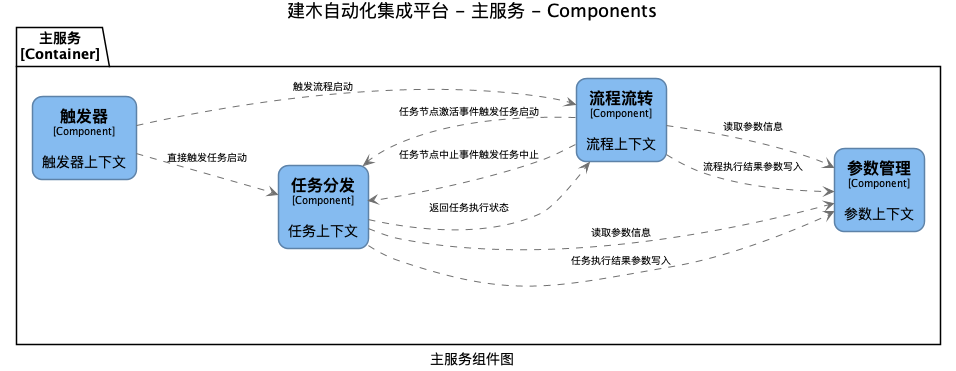
This is out/c4/structurizr-web-component/建木自动化集成平台 - 主服务 - Components.png from jianmu-dev/jianmu-architecture-as-code, a PlantUML export, as it was before one commit.
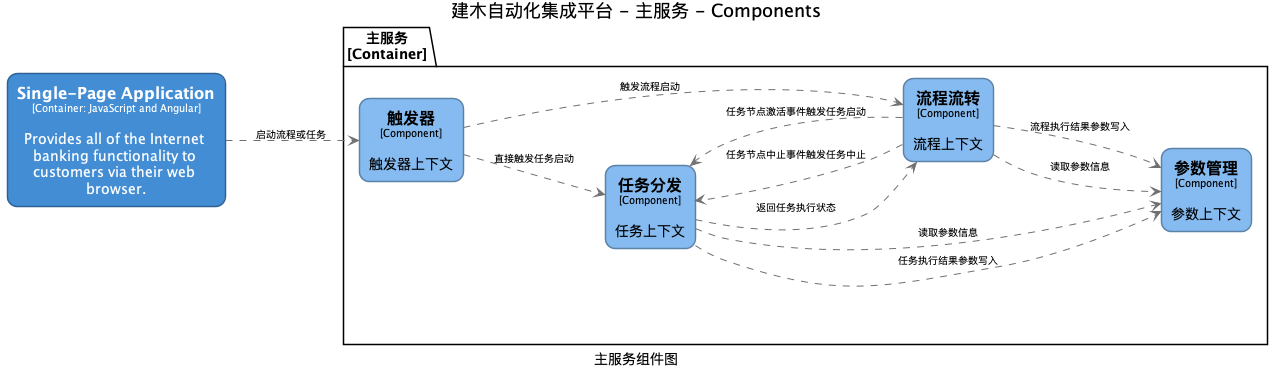
Above is the later version.

The edit, as a diff of the source:
```diff
@@ -11,10 +11,10 @@
 }
 hide stereotype
 left to right direction
-skinparam rectangle<<4>> {
-  BackgroundColor #85bbf0
-  FontColor #000000
-  BorderColor #5D82A8
+skinparam rectangle<<3>> {
+  BackgroundColor #438dd5
+  FontColor #ffffff
+  BorderColor #2E6295
   roundCorner 20
 }
 skinparam rectangle<<5>> {
@@ -35,19 +35,27 @@
   BorderColor #5D82A8
   roundCorner 20
 }
+skinparam rectangle<<8>> {
+  BackgroundColor #85bbf0
+  FontColor #000000
+  BorderColor #5D82A8
+  roundCorner 20
+}
+rectangle "==Single-Page Application\n<size:10>[Container: JavaScript and Angular]</size>\n\nProvides all of the Internet banking functionality to customers via their web browser." <<3>> as 3
 package "主服务\n[Container]" {
-  rectangle "==任务分发\n<size:10>[Component]</size>\n\n任务上下文" <<6>> as 6
-  rectangle "==参数管理\n<size:10>[Component]</size>\n\n参数上下文" <<7>> as 7
-  rectangle "==流程流转\n<size:10>[Component]</size>\n\n流程上下文" <<5>> as 5
-  rectangle "==触发器\n<size:10>[Component]</size>\n\n触发器上下文" <<4>> as 4
+  rectangle "==任务分发\n<size:10>[Component]</size>\n\n任务上下文" <<7>> as 7
+  rectangle "==参数管理\n<size:10>[Component]</size>\n\n参数上下文" <<8>> as 8
+  rectangle "==流程流转\n<size:10>[Component]</size>\n\n流程上下文" <<6>> as 6
+  rectangle "==触发器\n<size:10>[Component]</size>\n\n触发器上下文" <<5>> as 5
 }
-6 .[#707070].> 7 : "任务执行结果参数写入"
-6 .[#707070].> 7 : "读取参数信息"
-6 .[#707070].> 5 : "返回任务执行状态"
-5 .[#707070].> 6 : "任务节点中止事件触发任务中止"
-5 .[#707070].> 6 : "任务节点激活事件触发任务启动"
-5 .[#707070].> 7 : "流程执行结果参数写入"
-5 .[#707070].> 7 : "读取参数信息"
-4 .[#707070].> 6 : "直接触发任务启动"
-4 .[#707070].> 5 : "触发流程启动"
+3 .[#707070].> 5 : "启动流程或任务"
+7 .[#707070].> 8 : "任务执行结果参数写入"
+7 .[#707070].> 8 : "读取参数信息"
+7 .[#707070].> 6 : "返回任务执行状态"
+6 .[#707070].> 7 : "任务节点中止事件触发任务中止"
+6 .[#707070].> 7 : "任务节点激活事件触发任务启动"
+6 .[#707070].> 8 : "读取参数信息"
+6 .[#707070].> 8 : "流程执行结果参数写入"
+5 .[#707070].> 7 : "直接触发任务启动"
+5 .[#707070].> 6 : "触发流程启动"
 @enduml
```
